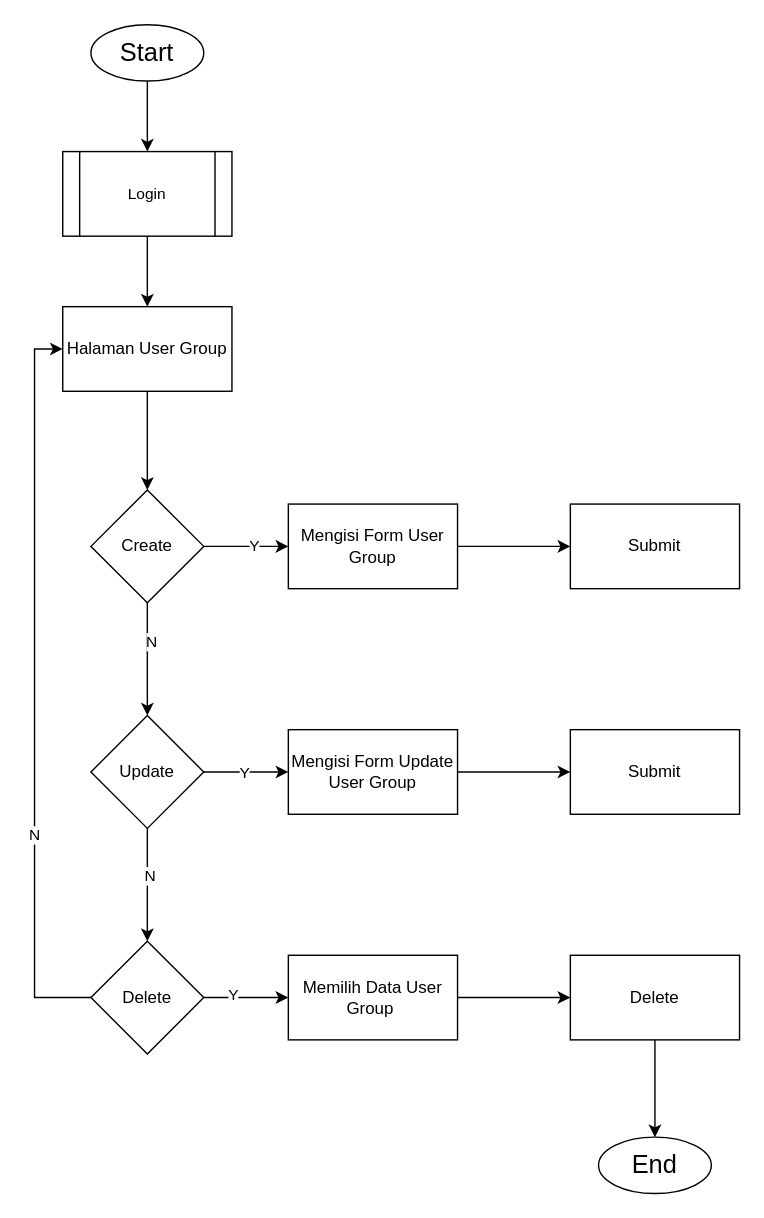
This is page "Mengelolah Data User Group" (8 of 20) of Sistem Informasi Perpustakaan Terpadu/Diagram Tanpa Judul.drawio from umarshd/dfd-skripsi, a draw.io file, before an edit. Source tidied: cells renumbered, new cells numbered last; positions are measured from the earlier drawing's top-left corner, leaving out a move shared by most shapes. Both pictures are drawn from the tidied source at 141%, with x=0, y=0 at pixel (34, 24).
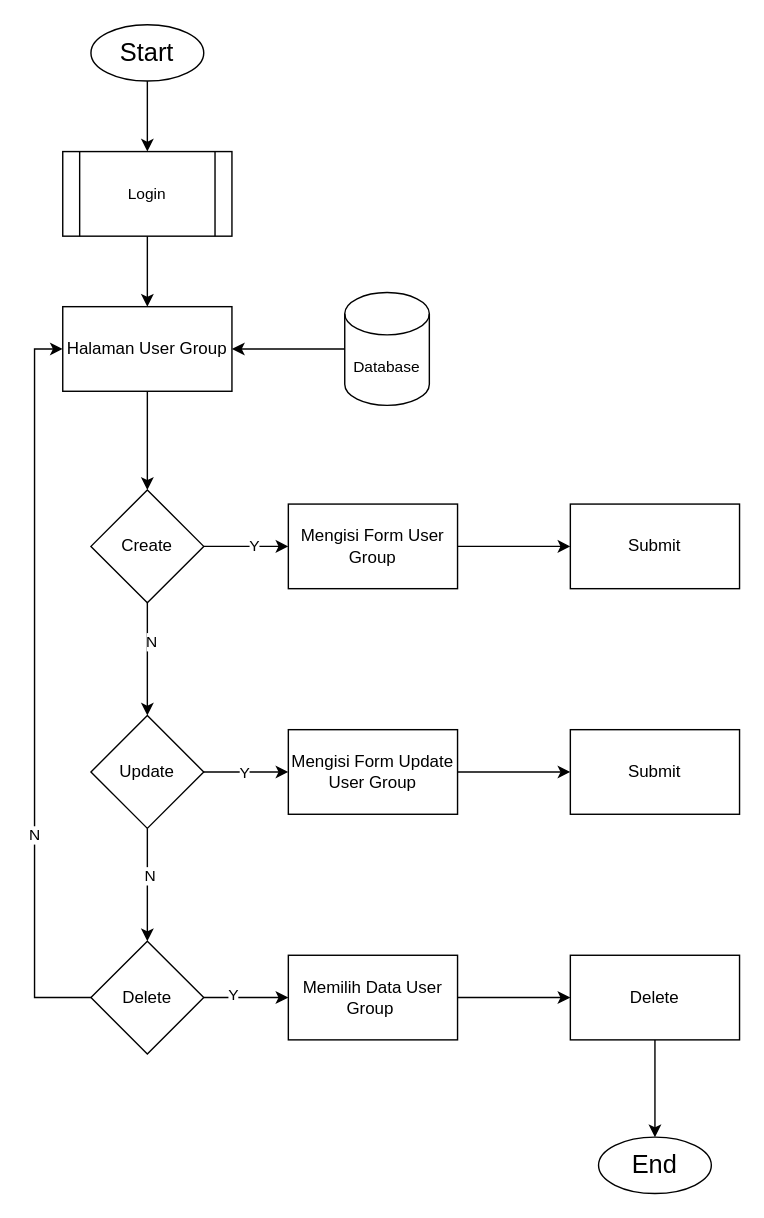
After the change.

The change refers to these unchanged cells:
```xml
<mxCell id="5" value="Halaman User Group" style="whiteSpace=wrap;html=1;" parent="1" vertex="1">
  <mxGeometry x="20" y="200" width="120" height="60" as="geometry" />
</mxCell>
```

The edit, as a diff of the source:
```diff
@@
+    <mxCell id="34" style="edgeStyle=orthogonalEdgeStyle;shape=connector;rounded=0;jettySize=auto;html=1;entryX=1;entryY=0.5;entryDx=0;entryDy=0;labelBackgroundColor=default;strokeColor=default;fontFamily=Helvetica;fontSize=11;fontColor=default;endArrow=classic;endFill=1;" parent="1" edge="1" source="35" target="5">
+      <mxGeometry relative="1" as="geometry" />
+    </mxCell>
+    <mxCell id="35" value="Database" style="shape=cylinder3;whiteSpace=wrap;html=1;boundedLbl=1;backgroundOutline=1;size=15;fontFamily=Helvetica;fontSize=11;fontColor=default;" parent="1" vertex="1">
+      <mxGeometry x="220" y="190" width="60" height="80" as="geometry" />
+    </mxCell>
```
